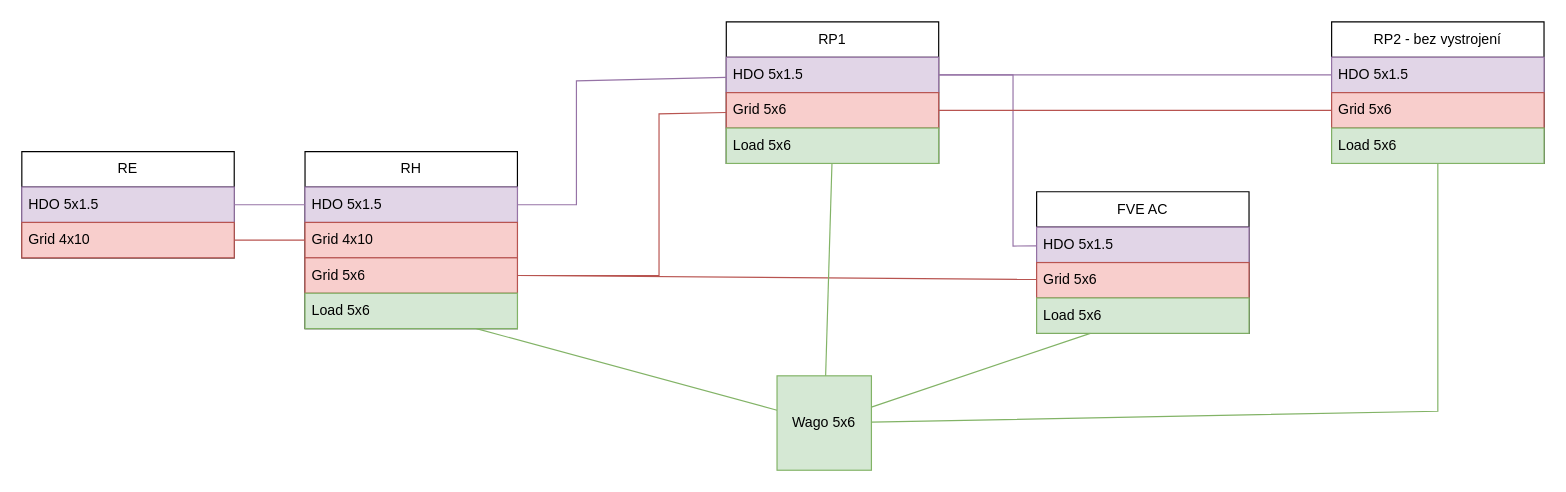
oukej1/Home-automation keeps this draw.io diagram as House_Loucka/Rozvadece/SchemaRozvadecu.drawio. Above is the earlier version. Source tidied: cells renumbered, new cells numbered last; positions are measured from the earlier drawing's top-left corner, leaving out a move shared by most shapes. Both pictures are drawn from the tidied source at 118%, with x=0, y=0 at pixel (21, 21).
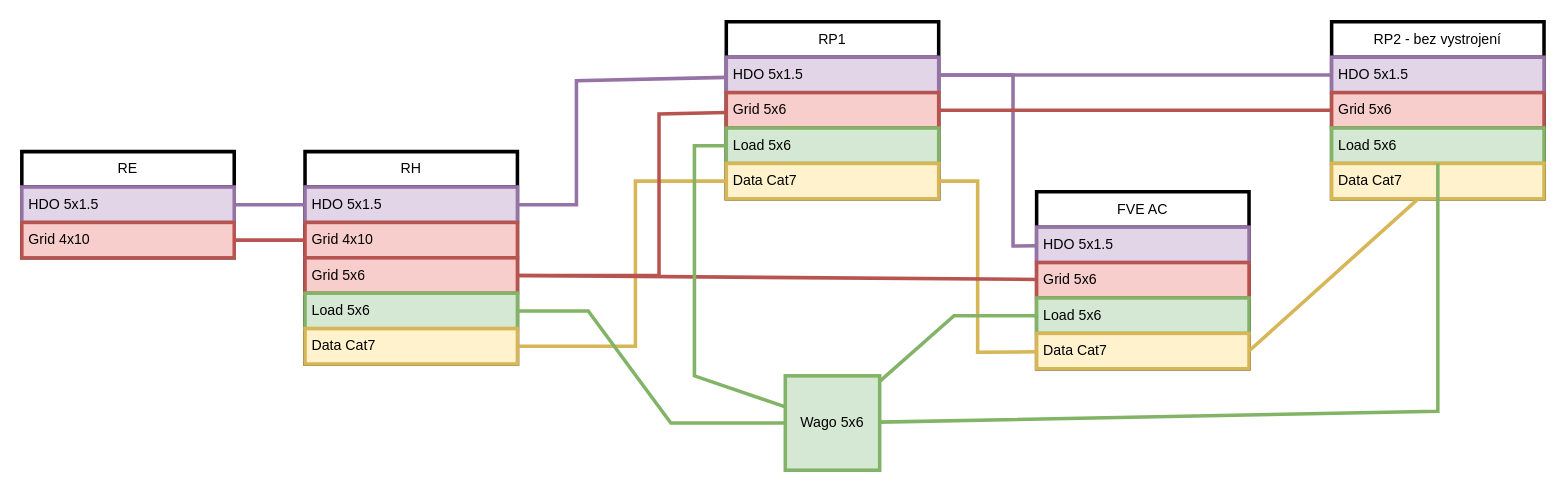
After the change.

What changed in the source:
```diff
@@
-    <mxCell id="2" value="RE" style="swimlane;fontStyle=0;horizontal=1;startSize=30;whiteSpace=wrap;html=1;" parent="1" vertex="1">
+    <mxCell id="2" value="RE" style="swimlane;fontStyle=0;horizontal=1;startSize=30;whiteSpace=wrap;html=1;strokeWidth=3;" parent="1" vertex="1">
       <mxGeometry y="110" width="180" height="90" as="geometry" />
     </mxCell>
-    <mxCell id="3" value="HDO 5x1.5" style="text;strokeColor=#9673a6;fillColor=#e1d5e7;align=left;verticalAlign=middle;spacingLeft=4;spacingRight=4;overflow=hidden;points=[[0,0.5],[1,0.5]];portConstraint=eastwest;whiteSpace=wrap;html=1;" parent="2" vertex="1">
+    <mxCell id="3" value="HDO 5x1.5" style="text;strokeColor=#9673a6;fillColor=#e1d5e7;align=left;verticalAlign=middle;spacingLeft=4;spacingRight=4;overflow=hidden;points=[[0,0.5],[1,0.5]];portConstraint=eastwest;whiteSpace=wrap;html=1;strokeWidth=3;" parent="2" vertex="1">
       <mxGeometry y="30" width="180" height="30" as="geometry" />
     </mxCell>
-    <mxCell id="4" value="Grid 4x10" style="text;strokeColor=#b85450;fillColor=#f8cecc;align=left;verticalAlign=middle;spacingLeft=4;spacingRight=4;overflow=hidden;points=[[0,0.5],[1,0.5]];portConstraint=eastwest;whiteSpace=wrap;html=1;" parent="2" vertex="1">
+    <mxCell id="4" value="Grid 4x10" style="text;strokeColor=#b85450;fillColor=#f8cecc;align=left;verticalAlign=middle;spacingLeft=4;spacingRight=4;overflow=hidden;points=[[0,0.5],[1,0.5]];portConstraint=eastwest;whiteSpace=wrap;html=1;strokeWidth=3;" parent="2" vertex="1">
       <mxGeometry y="60" width="180" height="30" as="geometry" />
     </mxCell>
-    <mxCell id="5" value="RH" style="swimlane;fontStyle=0;horizontal=1;startSize=30;whiteSpace=wrap;html=1;" parent="1" vertex="1">
-      <mxGeometry x="240" y="110" width="180" height="150" as="geometry" />
+    <mxCell id="5" value="RH" style="swimlane;fontStyle=0;horizontal=1;startSize=30;whiteSpace=wrap;html=1;strokeWidth=3;" parent="1" vertex="1">
+      <mxGeometry x="240" y="110" width="180" height="180" as="geometry" />
     </mxCell>
-    <mxCell id="6" value="HDO 5x1.5" style="text;strokeColor=#9673a6;fillColor=#e1d5e7;align=left;verticalAlign=middle;spacingLeft=4;spacingRight=4;overflow=hidden;points=[[0,0.5],[1,0.5]];portConstraint=eastwest;whiteSpace=wrap;html=1;" parent="5" vertex="1">
+    <mxCell id="6" value="HDO 5x1.5" style="text;strokeColor=#9673a6;fillColor=#e1d5e7;align=left;verticalAlign=middle;spacingLeft=4;spacingRight=4;overflow=hidden;points=[[0,0.5],[1,0.5]];portConstraint=eastwest;whiteSpace=wrap;html=1;strokeWidth=3;" parent="5" vertex="1">
       <mxGeometry y="30" width="180" height="30" as="geometry" />
     </mxCell>
-    <mxCell id="7" value="Grid 4x10" style="text;strokeColor=#b85450;fillColor=#f8cecc;align=left;verticalAlign=middle;spacingLeft=4;spacingRight=4;overflow=hidden;points=[[0,0.5],[1,0.5]];portConstraint=eastwest;whiteSpace=wrap;html=1;" parent="5" vertex="1">
+    <mxCell id="7" value="Grid 4x10" style="text;strokeColor=#b85450;fillColor=#f8cecc;align=left;verticalAlign=middle;spacingLeft=4;spacingRight=4;overflow=hidden;points=[[0,0.5],[1,0.5]];portConstraint=eastwest;whiteSpace=wrap;html=1;strokeWidth=3;" parent="5" vertex="1">
       <mxGeometry y="60" width="180" height="30" as="geometry" />
     </mxCell>
-    <mxCell id="8" value="Grid 5x6" style="text;strokeColor=#b85450;fillColor=#f8cecc;align=left;verticalAlign=middle;spacingLeft=4;spacingRight=4;overflow=hidden;points=[[0,0.5],[1,0.5]];portConstraint=eastwest;whiteSpace=wrap;html=1;" parent="5" vertex="1">
+    <mxCell id="8" value="Grid 5x6" style="text;strokeColor=#b85450;fillColor=#f8cecc;align=left;verticalAlign=middle;spacingLeft=4;spacingRight=4;overflow=hidden;points=[[0,0.5],[1,0.5]];portConstraint=eastwest;whiteSpace=wrap;html=1;strokeWidth=3;" parent="5" vertex="1">
       <mxGeometry y="90" width="180" height="30" as="geometry" />
     </mxCell>
-    <mxCell id="9" value="Load 5x6" style="text;strokeColor=#82b366;fillColor=#d5e8d4;align=left;verticalAlign=middle;spacingLeft=4;spacingRight=4;overflow=hidden;points=[[0,0.5],[1,0.5]];portConstraint=eastwest;whiteSpace=wrap;html=1;" parent="5" vertex="1">
+    <mxCell id="9" value="Load 5x6" style="text;strokeColor=#82b366;fillColor=#d5e8d4;align=left;verticalAlign=middle;spacingLeft=4;spacingRight=4;overflow=hidden;points=[[0,0.5],[1,0.5]];portConstraint=eastwest;whiteSpace=wrap;html=1;strokeWidth=3;" parent="5" vertex="1">
       <mxGeometry y="120" width="180" height="30" as="geometry" />
     </mxCell>
+    <mxCell id="35" value="Data Cat7" style="text;strokeColor=#d6b656;fillColor=#fff2cc;align=left;verticalAlign=middle;spacingLeft=4;spacingRight=4;overflow=hidden;points=[[0,0.5],[1,0.5]];portConstraint=eastwest;whiteSpace=wrap;html=1;strokeWidth=3;" parent="5" vertex="1">
+      <mxGeometry y="150" width="180" height="30" as="geometry" />
+    </mxCell>
-    <mxCell id="10" value="RP1" style="swimlane;fontStyle=0;horizontal=1;startSize=30;whiteSpace=wrap;html=1;" parent="1" vertex="1">
-      <mxGeometry x="597" width="180" height="120" as="geometry" />
+    <mxCell id="10" value="RP1" style="swimlane;fontStyle=0;horizontal=1;startSize=30;whiteSpace=wrap;html=1;strokeWidth=3;" parent="1" vertex="1">
+      <mxGeometry x="597" width="180" height="150" as="geometry" />
     </mxCell>
-    <mxCell id="11" value="HDO 5x1.5" style="text;strokeColor=#9673a6;fillColor=#e1d5e7;align=left;verticalAlign=middle;spacingLeft=4;spacingRight=4;overflow=hidden;points=[[0,0.5],[1,0.5]];portConstraint=eastwest;whiteSpace=wrap;html=1;" parent="10" vertex="1">
+    <mxCell id="11" value="HDO 5x1.5" style="text;strokeColor=#9673a6;fillColor=#e1d5e7;align=left;verticalAlign=middle;spacingLeft=4;spacingRight=4;overflow=hidden;points=[[0,0.5],[1,0.5]];portConstraint=eastwest;whiteSpace=wrap;html=1;strokeWidth=3;" parent="10" vertex="1">
       <mxGeometry y="30" width="180" height="30" as="geometry" />
     </mxCell>
-    <mxCell id="12" value="Grid 5x6" style="text;strokeColor=#b85450;fillColor=#f8cecc;align=left;verticalAlign=middle;spacingLeft=4;spacingRight=4;overflow=hidden;points=[[0,0.5],[1,0.5]];portConstraint=eastwest;whiteSpace=wrap;html=1;" parent="10" vertex="1">
+    <mxCell id="12" value="Grid 5x6" style="text;strokeColor=#b85450;fillColor=#f8cecc;align=left;verticalAlign=middle;spacingLeft=4;spacingRight=4;overflow=hidden;points=[[0,0.5],[1,0.5]];portConstraint=eastwest;whiteSpace=wrap;html=1;strokeWidth=3;" parent="10" vertex="1">
       <mxGeometry y="60" width="180" height="30" as="geometry" />
     </mxCell>
-    <mxCell id="13" value="Load 5x6" style="text;strokeColor=#82b366;fillColor=#d5e8d4;align=left;verticalAlign=middle;spacingLeft=4;spacingRight=4;overflow=hidden;points=[[0,0.5],[1,0.5]];portConstraint=eastwest;whiteSpace=wrap;html=1;" parent="10" vertex="1">
+    <mxCell id="13" value="Load 5x6" style="text;strokeColor=#82b366;fillColor=#d5e8d4;align=left;verticalAlign=middle;spacingLeft=4;spacingRight=4;overflow=hidden;points=[[0,0.5],[1,0.5]];portConstraint=eastwest;whiteSpace=wrap;html=1;strokeWidth=3;" parent="10" vertex="1">
       <mxGeometry y="90" width="180" height="30" as="geometry" />
     </mxCell>
+    <mxCell id="36" value="Data Cat7" style="text;strokeColor=#d6b656;fillColor=#fff2cc;align=left;verticalAlign=middle;spacingLeft=4;spacingRight=4;overflow=hidden;points=[[0,0.5],[1,0.5]];portConstraint=eastwest;whiteSpace=wrap;html=1;strokeWidth=3;" parent="10" vertex="1">
+      <mxGeometry y="120" width="180" height="30" as="geometry" />
+    </mxCell>
-    <mxCell id="14" value="FVE AC" style="swimlane;fontStyle=0;horizontal=1;startSize=30;whiteSpace=wrap;html=1;" parent="1" vertex="1">
-      <mxGeometry x="860" y="144" width="180" height="120" as="geometry" />
+    <mxCell id="14" value="FVE AC" style="swimlane;fontStyle=0;horizontal=1;startSize=30;whiteSpace=wrap;html=1;strokeWidth=3;" parent="1" vertex="1">
+      <mxGeometry x="860" y="144" width="180" height="150" as="geometry" />
     </mxCell>
-    <mxCell id="15" value="HDO 5x1.5" style="text;strokeColor=#9673a6;fillColor=#e1d5e7;align=left;verticalAlign=middle;spacingLeft=4;spacingRight=4;overflow=hidden;points=[[0,0.5],[1,0.5]];portConstraint=eastwest;whiteSpace=wrap;html=1;" parent="14" vertex="1">
+    <mxCell id="15" value="HDO 5x1.5" style="text;strokeColor=#9673a6;fillColor=#e1d5e7;align=left;verticalAlign=middle;spacingLeft=4;spacingRight=4;overflow=hidden;points=[[0,0.5],[1,0.5]];portConstraint=eastwest;whiteSpace=wrap;html=1;strokeWidth=3;" parent="14" vertex="1">
       <mxGeometry y="30" width="180" height="30" as="geometry" />
     </mxCell>
-    <mxCell id="16" value="Grid 5x6" style="text;strokeColor=#b85450;fillColor=#f8cecc;align=left;verticalAlign=middle;spacingLeft=4;spacingRight=4;overflow=hidden;points=[[0,0.5],[1,0.5]];portConstraint=eastwest;whiteSpace=wrap;html=1;" parent="14" vertex="1">
+    <mxCell id="16" value="Grid 5x6" style="text;strokeColor=#b85450;fillColor=#f8cecc;align=left;verticalAlign=middle;spacingLeft=4;spacingRight=4;overflow=hidden;points=[[0,0.5],[1,0.5]];portConstraint=eastwest;whiteSpace=wrap;html=1;strokeWidth=3;" parent="14" vertex="1">
       <mxGeometry y="60" width="180" height="30" as="geometry" />
     </mxCell>
-    <mxCell id="17" value="Load 5x6" style="text;strokeColor=#82b366;fillColor=#d5e8d4;align=left;verticalAlign=middle;spacingLeft=4;spacingRight=4;overflow=hidden;points=[[0,0.5],[1,0.5]];portConstraint=eastwest;whiteSpace=wrap;html=1;" parent="14" vertex="1">
+    <mxCell id="17" value="Load 5x6" style="text;strokeColor=#82b366;fillColor=#d5e8d4;align=left;verticalAlign=middle;spacingLeft=4;spacingRight=4;overflow=hidden;points=[[0,0.5],[1,0.5]];portConstraint=eastwest;whiteSpace=wrap;html=1;strokeWidth=3;" parent="14" vertex="1">
       <mxGeometry y="90" width="180" height="30" as="geometry" />
     </mxCell>
-    <mxCell id="18" style="endArrow=none;html=1;rounded=0;fillColor=#f8cecc;strokeColor=#b85450;" parent="1" edge="1" source="4" target="7">
-      <mxGeometry relative="1" as="geometry" />
-    </mxCell>
+    <mxCell id="37" value="Data Cat7" style="text;strokeColor=#d6b656;fillColor=#fff2cc;align=left;verticalAlign=middle;spacingLeft=4;spacingRight=4;overflow=hidden;points=[[0,0.5],[1,0.5]];portConstraint=eastwest;whiteSpace=wrap;html=1;strokeWidth=3;" parent="14" vertex="1">
+      <mxGeometry y="120" width="180" height="30" as="geometry" />
+    </mxCell>
-    <mxCell id="19" style="endArrow=none;html=1;rounded=0;fillColor=#e1d5e7;strokeColor=#9673a6;" parent="1" edge="1" source="3" target="6">
+    <mxCell id="19" style="endArrow=none;html=1;rounded=0;fillColor=#e1d5e7;strokeColor=#9673a6;strokeWidth=3;" parent="1" edge="1" source="3" target="6">
       <mxGeometry relative="1" as="geometry" />
     </mxCell>
-    <mxCell id="20" style="endArrow=none;html=1;rounded=0;fillColor=#f8cecc;strokeColor=#b85450;" parent="1" edge="1" source="8" target="12">
-      <mxGeometry relative="1" as="geometry">
-        <Array as="points">
-          <mxPoint x="540" y="215" />
-          <mxPoint x="540" y="78" />
-        </Array>
-      </mxGeometry>
-    </mxCell>
-    <mxCell id="21" style="endArrow=none;html=1;rounded=0;fillColor=#e1d5e7;strokeColor=#9673a6;" parent="1" edge="1" source="6" target="11">
+    <mxCell id="21" style="endArrow=none;html=1;rounded=0;fillColor=#e1d5e7;strokeColor=#9673a6;strokeWidth=3;" parent="1" edge="1" source="6" target="11">
       <mxGeometry relative="1" as="geometry">
         <Array as="points">
           <mxPoint x="470" y="155" />
           <mxPoint x="470" y="50" />
         </Array>
       </mxGeometry>
     </mxCell>
-    <mxCell id="22" style="endArrow=none;html=1;rounded=0;fillColor=#e1d5e7;strokeColor=#9673a6;" parent="1" edge="1" source="11" target="15">
+    <mxCell id="22" style="endArrow=none;html=1;rounded=0;fillColor=#e1d5e7;strokeColor=#9673a6;strokeWidth=3;" parent="1" edge="1" source="11" target="15">
       <mxGeometry relative="1" as="geometry">
         <Array as="points">
           <mxPoint x="840" y="45" />
           <mxPoint x="840" y="190" />
         </Array>
       </mxGeometry>
     </mxCell>
-    <mxCell id="23" style="endArrow=none;html=1;rounded=0;exitX=1;exitY=0.5;exitDx=0;exitDy=0;fillColor=#f8cecc;strokeColor=#b85450;" parent="1" edge="1" source="8" target="16">
-      <mxGeometry relative="1" as="geometry" />
-    </mxCell>
-    <mxCell id="24" style="endArrow=none;html=1;rounded=0;fillColor=#d5e8d4;strokeColor=#82b366;" parent="1" edge="1" source="9" target="25">
-      <mxGeometry relative="1" as="geometry" />
-    </mxCell>
-    <mxCell id="25" value="Wago 5x6" style="whiteSpace=wrap;html=1;fillColor=#d5e8d4;strokeColor=#82b366;" parent="1" vertex="1">
-      <mxGeometry x="640" y="300" width="80" height="80" as="geometry" />
-    </mxCell>
-    <mxCell id="26" style="endArrow=none;html=1;rounded=0;fillColor=#d5e8d4;strokeColor=#82b366;" parent="1" edge="1" source="25" target="17">
-      <mxGeometry relative="1" as="geometry" />
-    </mxCell>
-    <mxCell id="27" style="endArrow=none;html=1;rounded=0;fillColor=#d5e8d4;strokeColor=#82b366;" parent="1" edge="1" source="25" target="13">
-      <mxGeometry relative="1" as="geometry" />
-    </mxCell>
-    <mxCell id="28" value="RP2 - bez vystrojení" style="swimlane;fontStyle=0;horizontal=1;startSize=30;whiteSpace=wrap;html=1;" parent="1" vertex="1">
-      <mxGeometry x="1110" width="180" height="120" as="geometry" />
+    <mxCell id="28" value="RP2 - bez vystrojení" style="swimlane;fontStyle=0;horizontal=1;startSize=30;whiteSpace=wrap;html=1;strokeWidth=3;" parent="1" vertex="1">
+      <mxGeometry x="1110" width="180" height="150" as="geometry" />
     </mxCell>
-    <mxCell id="29" value="HDO 5x1.5" style="text;strokeColor=#9673a6;fillColor=#e1d5e7;align=left;verticalAlign=middle;spacingLeft=4;spacingRight=4;overflow=hidden;points=[[0,0.5],[1,0.5]];portConstraint=eastwest;whiteSpace=wrap;html=1;" parent="28" vertex="1">
+    <mxCell id="29" value="HDO 5x1.5" style="text;strokeColor=#9673a6;fillColor=#e1d5e7;align=left;verticalAlign=middle;spacingLeft=4;spacingRight=4;overflow=hidden;points=[[0,0.5],[1,0.5]];portConstraint=eastwest;whiteSpace=wrap;html=1;strokeWidth=3;" parent="28" vertex="1">
       <mxGeometry y="30" width="180" height="30" as="geometry" />
     </mxCell>
-    <mxCell id="30" value="Grid 5x6" style="text;strokeColor=#b85450;fillColor=#f8cecc;align=left;verticalAlign=middle;spacingLeft=4;spacingRight=4;overflow=hidden;points=[[0,0.5],[1,0.5]];portConstraint=eastwest;whiteSpace=wrap;html=1;" parent="28" vertex="1">
+    <mxCell id="30" value="Grid 5x6" style="text;strokeColor=#b85450;fillColor=#f8cecc;align=left;verticalAlign=middle;spacingLeft=4;spacingRight=4;overflow=hidden;points=[[0,0.5],[1,0.5]];portConstraint=eastwest;whiteSpace=wrap;html=1;strokeWidth=3;" parent="28" vertex="1">
       <mxGeometry y="60" width="180" height="30" as="geometry" />
     </mxCell>
-    <mxCell id="31" value="Load 5x6" style="text;strokeColor=#82b366;fillColor=#d5e8d4;align=left;verticalAlign=middle;spacingLeft=4;spacingRight=4;overflow=hidden;points=[[0,0.5],[1,0.5]];portConstraint=eastwest;whiteSpace=wrap;html=1;" parent="28" vertex="1">
+    <mxCell id="31" value="Load 5x6" style="text;strokeColor=#82b366;fillColor=#d5e8d4;align=left;verticalAlign=middle;spacingLeft=4;spacingRight=4;overflow=hidden;points=[[0,0.5],[1,0.5]];portConstraint=eastwest;whiteSpace=wrap;html=1;strokeWidth=3;" parent="28" vertex="1">
       <mxGeometry y="90" width="180" height="30" as="geometry" />
     </mxCell>
+    <mxCell id="38" value="Data Cat7" style="text;strokeColor=#d6b656;fillColor=#fff2cc;align=left;verticalAlign=middle;spacingLeft=4;spacingRight=4;overflow=hidden;points=[[0,0.5],[1,0.5]];portConstraint=eastwest;whiteSpace=wrap;html=1;strokeWidth=3;" parent="28" vertex="1">
+      <mxGeometry y="120" width="180" height="30" as="geometry" />
+    </mxCell>
-    <mxCell id="32" style="endArrow=none;html=1;rounded=0;fillColor=#e1d5e7;strokeColor=#9673a6;exitX=1;exitY=0.5;exitDx=0;exitDy=0;entryX=0;entryY=0.5;entryDx=0;entryDy=0;" parent="1" edge="1" source="11" target="29">
+    <mxCell id="32" style="endArrow=none;html=1;rounded=0;fillColor=#e1d5e7;strokeColor=#9673a6;exitX=1;exitY=0.5;exitDx=0;exitDy=0;entryX=0;entryY=0.5;entryDx=0;entryDy=0;strokeWidth=3;" parent="1" edge="1" source="11" target="29">
       <mxGeometry relative="1" as="geometry" />
     </mxCell>
+    <mxCell id="39" parent="0" />
+    <mxCell id="40" style="endArrow=none;html=1;rounded=0;fillColor=#fff2cc;strokeColor=#d6b656;strokeWidth=3;entryX=0;entryY=0.5;entryDx=0;entryDy=0;" parent="39" edge="1" source="35" target="36">
+      <mxGeometry relative="1" as="geometry">
+        <Array as="points">
+          <mxPoint x="520" y="275" />
+          <mxPoint x="520" y="135" />
+        </Array>
+      </mxGeometry>
+    </mxCell>
+    <mxCell id="41" style="endArrow=none;html=1;rounded=0;fillColor=#fff2cc;strokeColor=#d6b656;strokeWidth=3;exitX=1;exitY=0.5;exitDx=0;exitDy=0;" parent="39" edge="1" source="36" target="37">
+      <mxGeometry relative="1" as="geometry">
+        <Array as="points">
+          <mxPoint x="810" y="135" />
+          <mxPoint x="810" y="280" />
+        </Array>
+      </mxGeometry>
+    </mxCell>
+    <mxCell id="42" style="endArrow=none;html=1;rounded=0;exitX=1;exitY=0.5;exitDx=0;exitDy=0;fillColor=#fff2cc;strokeColor=#d6b656;strokeWidth=3;" parent="39" edge="1" source="37" target="38">
+      <mxGeometry relative="1" as="geometry" />
+    </mxCell>
+    <mxCell id="43" parent="0" />
+    <mxCell id="23" style="endArrow=none;html=1;rounded=0;exitX=1;exitY=0.5;exitDx=0;exitDy=0;fillColor=#f8cecc;strokeColor=#b85450;strokeWidth=3;" parent="43" edge="1" source="8" target="16">
+      <mxGeometry relative="1" as="geometry" />
+    </mxCell>
+    <mxCell id="20" style="endArrow=none;html=1;rounded=0;fillColor=#f8cecc;strokeColor=#b85450;strokeWidth=3;" parent="43" edge="1" source="8" target="12">
+      <mxGeometry relative="1" as="geometry">
+        <Array as="points">
+          <mxPoint x="540" y="215" />
+          <mxPoint x="540" y="78" />
+        </Array>
+      </mxGeometry>
+    </mxCell>
-    <mxCell id="33" style="endArrow=none;html=1;rounded=0;fillColor=#f8cecc;strokeColor=#b85450;" parent="1" edge="1" source="12" target="30">
+    <mxCell id="33" style="endArrow=none;html=1;rounded=0;fillColor=#f8cecc;strokeColor=#b85450;strokeWidth=3;" parent="43" edge="1" source="12" target="30">
       <mxGeometry relative="1" as="geometry" />
     </mxCell>
+    <mxCell id="18" style="endArrow=none;html=1;rounded=0;fillColor=#f8cecc;strokeColor=#b85450;strokeWidth=3;" parent="43" edge="1" source="4" target="7">
+      <mxGeometry relative="1" as="geometry" />
+    </mxCell>
+    <mxCell id="44" parent="0" />
+    <mxCell id="24" style="endArrow=none;html=1;rounded=0;fillColor=#d5e8d4;strokeColor=#82b366;strokeWidth=3;" parent="44" edge="1" source="9" target="25">
+      <mxGeometry relative="1" as="geometry">
+        <Array as="points">
+          <mxPoint x="480" y="245" />
+          <mxPoint x="550" y="340" />
+        </Array>
+      </mxGeometry>
+    </mxCell>
+    <mxCell id="27" style="endArrow=none;html=1;rounded=0;fillColor=#d5e8d4;strokeColor=#82b366;strokeWidth=3;entryX=0;entryY=0.5;entryDx=0;entryDy=0;" parent="44" edge="1" source="25" target="13">
+      <mxGeometry relative="1" as="geometry">
+        <Array as="points">
+          <mxPoint x="570" y="300" />
+          <mxPoint x="570" y="105" />
+        </Array>
+      </mxGeometry>
+    </mxCell>
+    <mxCell id="26" style="endArrow=none;html=1;rounded=0;fillColor=#d5e8d4;strokeColor=#82b366;strokeWidth=3;" parent="44" edge="1" source="25" target="17">
+      <mxGeometry relative="1" as="geometry">
+        <Array as="points">
+          <mxPoint x="790" y="249" />
+        </Array>
+      </mxGeometry>
+    </mxCell>
-    <mxCell id="34" style="endArrow=none;html=1;rounded=0;fillColor=#d5e8d4;strokeColor=#82b366;" parent="1" edge="1" source="25" target="31">
+    <mxCell id="34" style="endArrow=none;html=1;rounded=0;fillColor=#d5e8d4;strokeColor=#82b366;strokeWidth=3;" parent="44" edge="1" source="25" target="31">
       <mxGeometry relative="1" as="geometry">
         <Array as="points">
           <mxPoint x="1200" y="330" />
         </Array>
       </mxGeometry>
     </mxCell>
+    <mxCell id="25" value="Wago 5x6" style="whiteSpace=wrap;html=1;fillColor=#d5e8d4;strokeColor=#82b366;strokeWidth=3;" parent="44" vertex="1">
+      <mxGeometry x="647" y="300" width="80" height="80" as="geometry" />
+    </mxCell>
```
